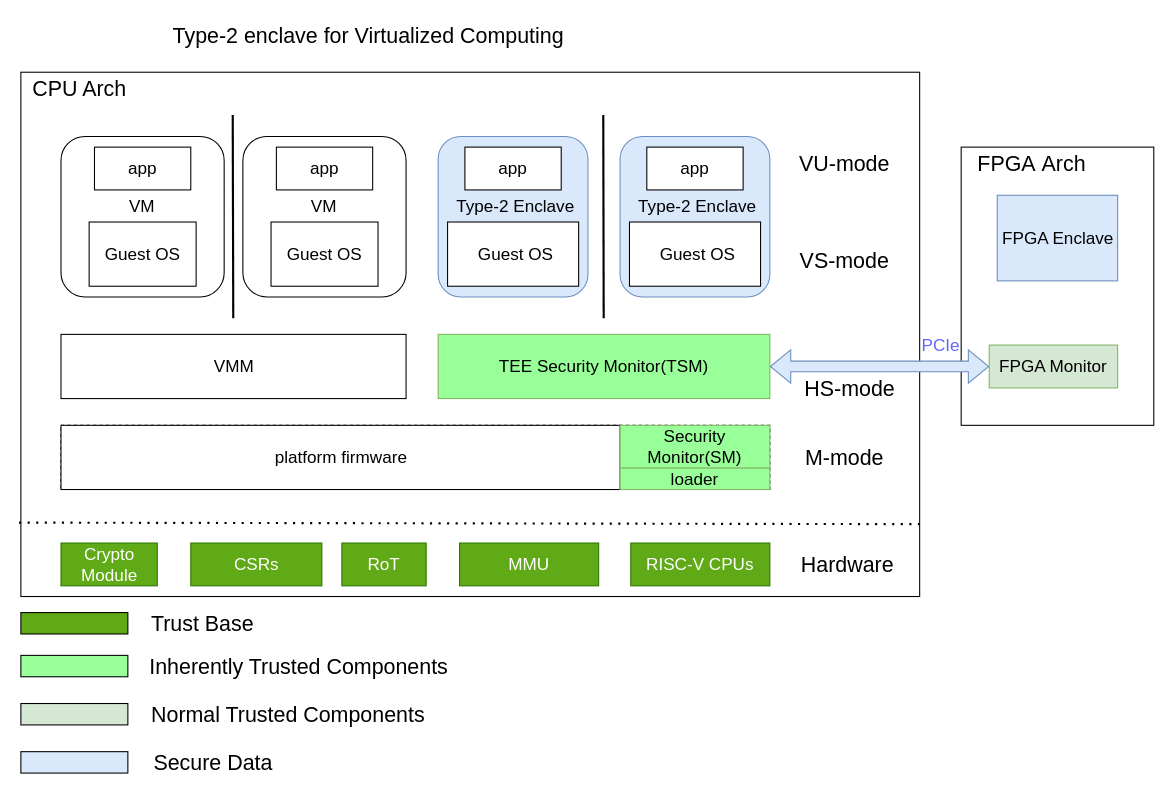
Zou1c/tmp keeps this draw.io diagram as page "sys_overview(VM)" (3 of 11) of saber.drawio. Above is the earlier version. Source tidied: cells renumbered, new cells numbered last; positions are measured from the earlier drawing's top-left corner, leaving out a move shared by most shapes. Both pictures are drawn from the tidied source at 107%, with x=0, y=0 at pixel (20, 18).
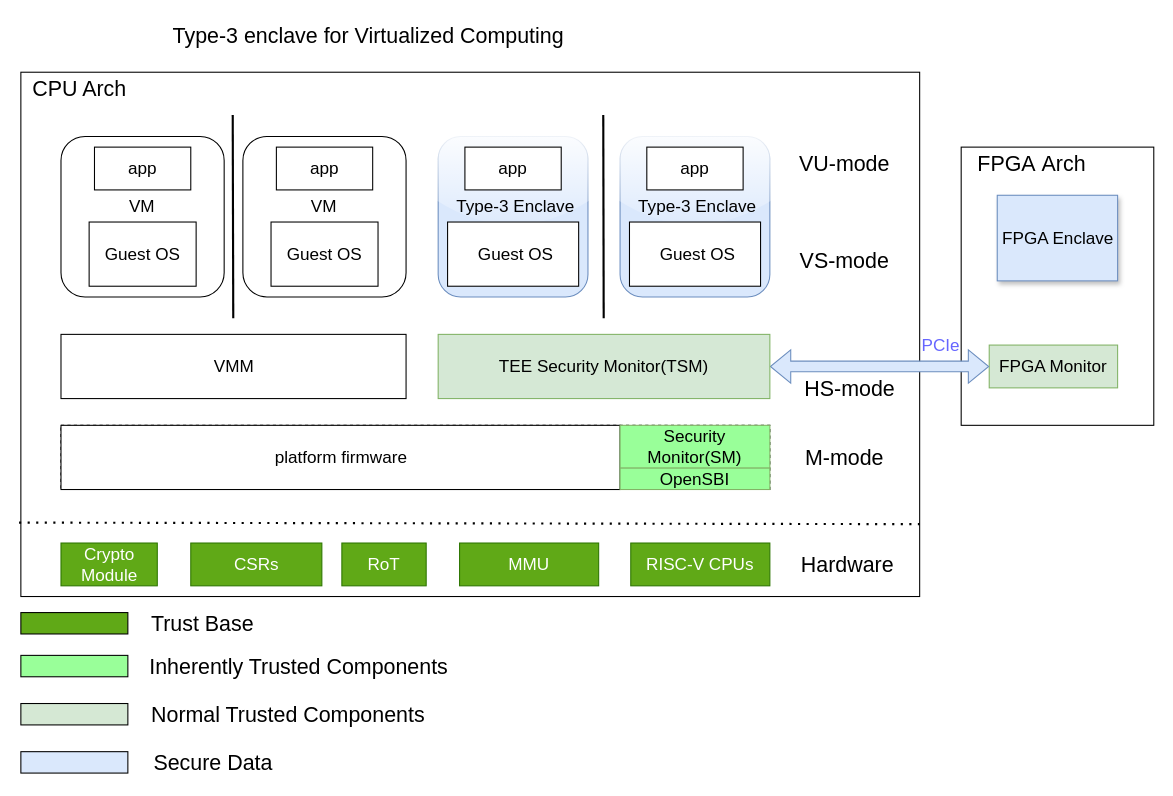
The same diagram, later.

What changed in the source:
```diff
@@
-    <mxCell id="5" value="FPGA Enclave" style="rounded=0;whiteSpace=wrap;html=1;fontSize=16;labelBackgroundColor=none;fillColor=#dae8fc;strokeColor=#6c8ebf;" parent="1" vertex="1">
+    <mxCell id="5" value="FPGA Enclave" style="rounded=0;whiteSpace=wrap;html=1;fontSize=16;labelBackgroundColor=none;fillColor=#dae8fc;strokeColor=#6c8ebf;shadow=1;" parent="1" vertex="1">
       <mxGeometry x="912.5" y="165" width="112.5" height="80" as="geometry" />
     </mxCell>
@@
-    <mxCell id="18" value="loader" style="rounded=0;whiteSpace=wrap;html=1;fontSize=16;fillColor=#99FF99;strokeColor=#82b366;" parent="1" vertex="1">
+    <mxCell id="18" value="OpenSBI" style="rounded=0;whiteSpace=wrap;html=1;fontSize=16;fillColor=#99FF99;strokeColor=#82b366;" parent="1" vertex="1">
       <mxGeometry x="560" y="420" width="140" height="20" as="geometry" />
     </mxCell>
@@
-    <mxCell id="29" style="rounded=1;whiteSpace=wrap;html=1;fillColor=#dae8fc;strokeColor=#6c8ebf;" parent="1" vertex="1">
+    <mxCell id="29" style="rounded=1;whiteSpace=wrap;html=1;fillColor=#dae8fc;strokeColor=#6c8ebf;glass=1;" parent="1" vertex="1">
       <mxGeometry x="560" y="110" width="140" height="150" as="geometry" />
     </mxCell>
@@
-    <mxCell id="32" value="&lt;font style=&quot;font-size: 16px;&quot;&gt;Type-2&amp;nbsp;&lt;/font&gt;&lt;span style=&quot;font-size: 16px; background-color: transparent; color: light-dark(rgb(0, 0, 0), rgb(255, 255, 255));&quot;&gt;Enclave&lt;/span&gt;" style="text;html=1;align=center;verticalAlign=middle;whiteSpace=wrap;rounded=0;" parent="1" vertex="1">
+    <mxCell id="32" value="&lt;font style=&quot;font-size: 16px;&quot;&gt;Type-3&amp;nbsp;&lt;/font&gt;&lt;span style=&quot;font-size: 16px; background-color: transparent; color: light-dark(rgb(0, 0, 0), rgb(255, 255, 255));&quot;&gt;Enclave&lt;/span&gt;" style="text;html=1;align=center;verticalAlign=middle;whiteSpace=wrap;rounded=0;" parent="1" vertex="1">
       <mxGeometry x="565" y="160" width="135" height="30" as="geometry" />
     </mxCell>
@@
-    <mxCell id="39" value="TEE Security Monitor(TSM)" style="rounded=0;whiteSpace=wrap;html=1;fontSize=16;fillColor=#99FF99;strokeColor=#82b366;" parent="1" vertex="1">
+    <mxCell id="39" value="TEE Security Monitor(TSM)" style="rounded=0;whiteSpace=wrap;html=1;fontSize=16;fillColor=light-dark(#d5e8d5, #004400);strokeColor=#82b366;" parent="1" vertex="1">
       <mxGeometry x="390" y="295" width="310" height="60" as="geometry" />
     </mxCell>
@@
-    <mxCell id="46" value="Type-2 enclave for Virtualized Computing" style="text;html=1;align=center;verticalAlign=middle;whiteSpace=wrap;rounded=0;fontSize=20;" parent="1" vertex="1">
+    <mxCell id="46" value="Type-3 enclave for Virtualized Computing" style="text;html=1;align=center;verticalAlign=middle;whiteSpace=wrap;rounded=0;fontSize=20;" parent="1" vertex="1">
       <mxGeometry x="90" width="470" height="30" as="geometry" />
     </mxCell>
-    <mxCell id="47" style="rounded=1;whiteSpace=wrap;html=1;fillColor=#dae8fc;strokeColor=#6c8ebf;" parent="1" vertex="1">
+    <mxCell id="47" style="rounded=1;whiteSpace=wrap;html=1;fillColor=#dae8fc;strokeColor=#6c8ebf;glass=1;" parent="1" vertex="1">
       <mxGeometry x="390" y="110" width="140" height="150" as="geometry" />
     </mxCell>
@@
-    <mxCell id="50" value="&lt;font style=&quot;font-size: 16px;&quot;&gt;Type-2&amp;nbsp;&lt;/font&gt;&lt;span style=&quot;font-size: 16px; background-color: transparent; color: light-dark(rgb(0, 0, 0), rgb(255, 255, 255));&quot;&gt;Enclave&lt;/span&gt;" style="text;html=1;align=center;verticalAlign=middle;whiteSpace=wrap;rounded=0;" parent="1" vertex="1">
+    <mxCell id="50" value="&lt;font style=&quot;font-size: 16px;&quot;&gt;Type-3&amp;nbsp;&lt;/font&gt;&lt;span style=&quot;font-size: 16px; background-color: transparent; color: light-dark(rgb(0, 0, 0), rgb(255, 255, 255));&quot;&gt;Enclave&lt;/span&gt;" style="text;html=1;align=center;verticalAlign=middle;whiteSpace=wrap;rounded=0;" parent="1" vertex="1">
       <mxGeometry x="395" y="160" width="135" height="30" as="geometry" />
     </mxCell>
```
